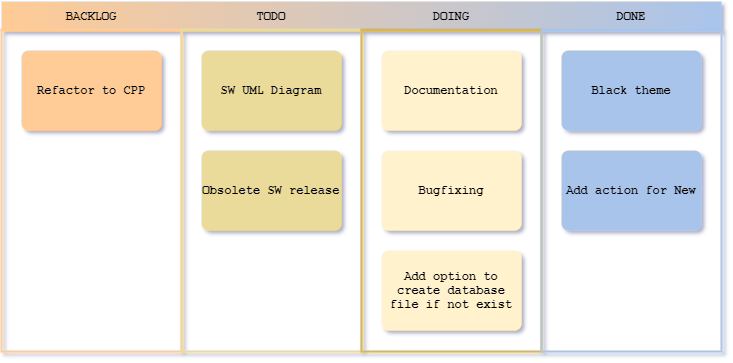
Earlier version of the draw.io export doc/TODO.png (Inflanty/flashy). Source tidied: cells renumbered, new cells last; positions are measured from the earlier drawing's top-left corner, leaving out a move shared by most shapes.
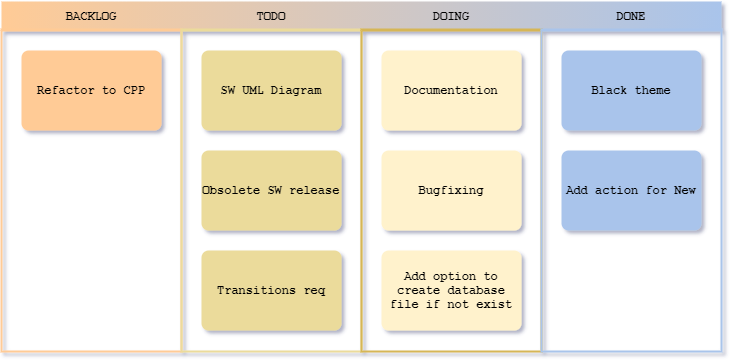
After the change.

Diff of the diagram source:
```diff
@@ -26,6 +26,11 @@
         <mxGeometry x="20" y="121" width="140" height="80" as="geometry" />
       </mxCell>
     </object>
+    <object id="15" label="Transitions req" placeholders="1">
+      <mxCell style="whiteSpace=wrap;html=1;strokeWidth=2;fillColor=swimlane;fontStyle=1;spacingTop=0;rounded=1;arcSize=9;sketch=0;fontFamily=Courier New;hachureGap=8;fillWeight=1;strokeColor=none;" parent="5" vertex="1">
+        <mxGeometry x="20" y="221" width="140" height="80" as="geometry" />
+      </mxCell>
+    </object>
     <mxCell id="8" value="DOING" style="swimlane;strokeWidth=2;fontFamily=Courier New;html=0;startSize=1;verticalAlign=bottom;spacingBottom=5;stackBorder=20;sketch=0;strokeColor=#d6b656;fillStyle=solid;fillColor=#fff2cc;" parent="2" vertex="1">
       <mxGeometry x="360" y="28" width="180" height="322" as="geometry" />
     </mxCell>
```
